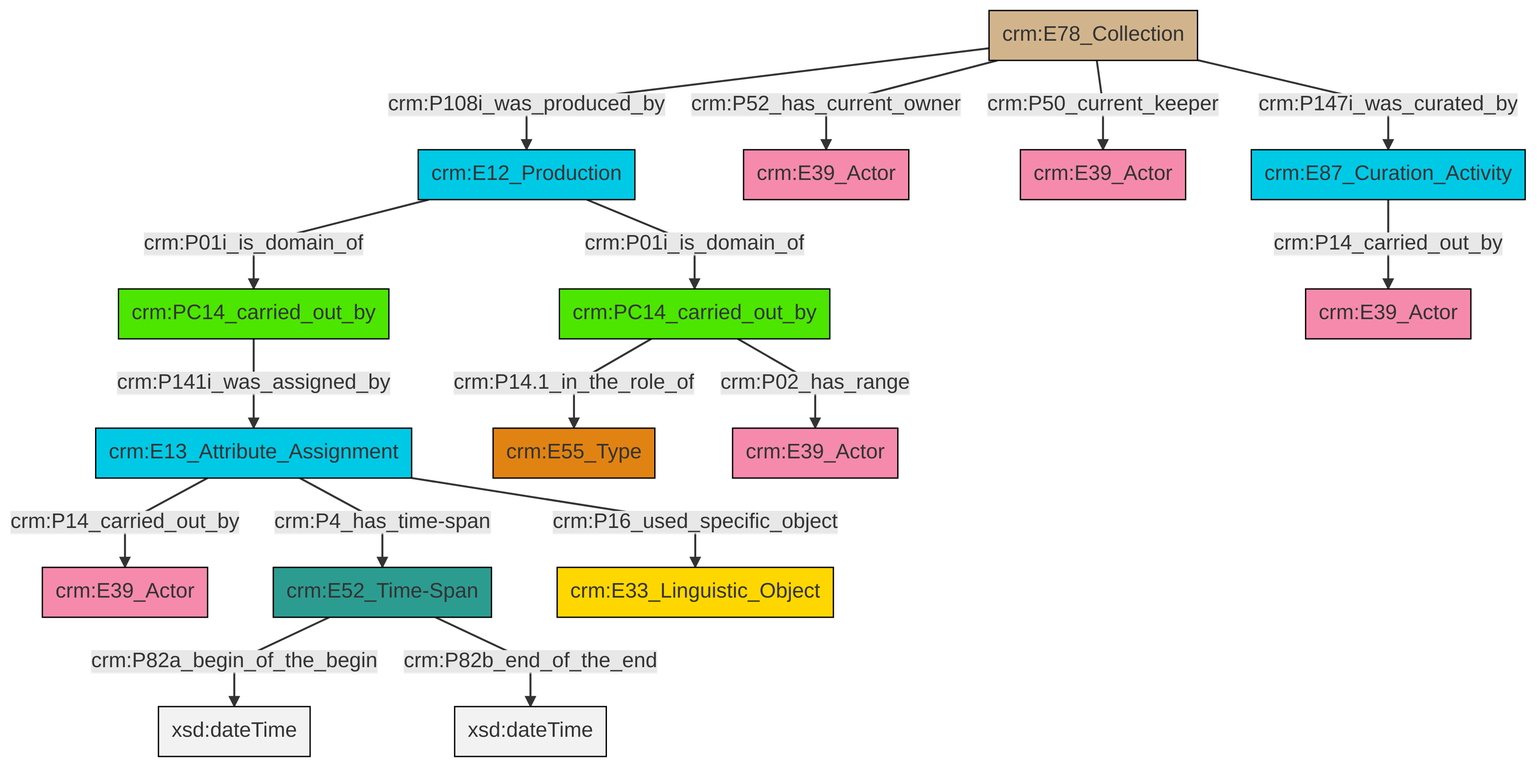
Earlier version of the Mermaid export et/archivalCSV/ttl/mmd/png/archival_relation.png (swiss-art-research-net/docs.swissartresearch). Its source is kept beside it as et/archivalCSV/ttl/mmd/archival_relation.ttl.mmd.
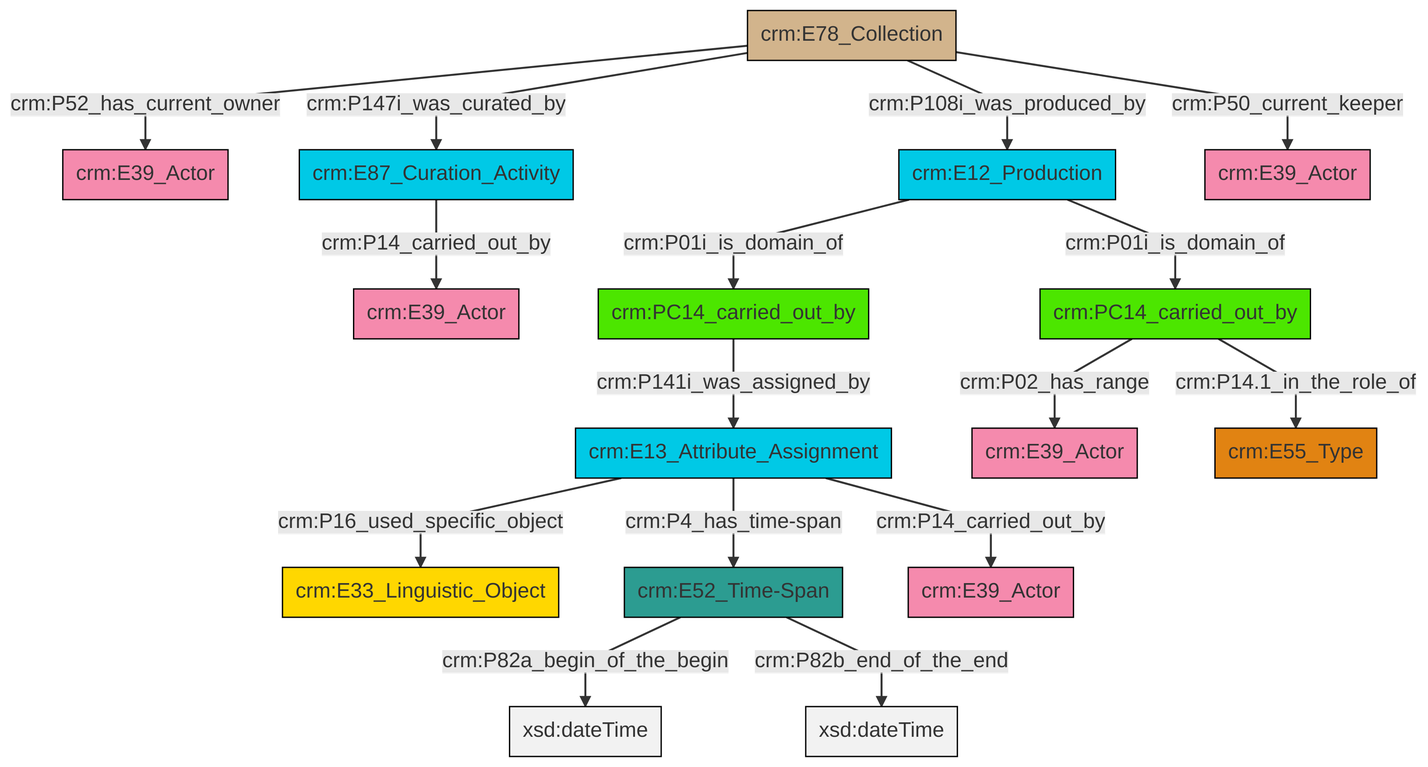
Later version of the same file.

Diff of the diagram source:
```diff
@@ -13,18 +13,18 @@
 classDef PC_Classes fill:#4ce600, stroke:#000000;
 classDef Multi fill:#cccccc,stroke:#000000;
 
-0["crm:E12_Production"]:::Temporal_Entity -->|crm:P01i_is_domain_of| 1["crm:PC14_carried_out_by"]:::PC_Classes
-4["crm:PC14_carried_out_by"]:::PC_Classes -->|crm:P141i_was_assigned_by| 2["crm:E13_Attribute_Assignment"]:::Temporal_Entity
-12["crm:E78_Collection"]:::Physical_Thing -->|crm:P50_current_keeper| 7["crm:E39_Actor"]:::Actor
-12["crm:E78_Collection"]:::Physical_Thing -->|crm:P52_has_current_owner| 5["crm:E39_Actor"]:::Actor
-19["crm:E52_Time-Span"]:::Time-Span -->|crm:P82a_begin_of_the_begin| 20[xsd:dateTime]:::Literal
-1["crm:PC14_carried_out_by"]:::PC_Classes -->|crm:P02_has_range| 23["crm:E39_Actor"]:::Actor
-12["crm:E78_Collection"]:::Physical_Thing -->|crm:P108i_was_produced_by| 0["crm:E12_Production"]:::Temporal_Entity
-2["crm:E13_Attribute_Assignment"]:::Temporal_Entity -->|crm:P14_carried_out_by| 9["crm:E39_Actor"]:::Actor
-2["crm:E13_Attribute_Assignment"]:::Temporal_Entity -->|crm:P4_has_time-span| 19["crm:E52_Time-Span"]:::Time-Span
-0["crm:E12_Production"]:::Temporal_Entity -->|crm:P01i_is_domain_of| 4["crm:PC14_carried_out_by"]:::PC_Classes
-1["crm:PC14_carried_out_by"]:::PC_Classes -->|crm:P14.1_in_the_role_of| 21["crm:E55_Type"]:::Type
-17["crm:E87_Curation_Activity"]:::Temporal_Entity -->|crm:P14_carried_out_by| 15["crm:E39_Actor"]:::Actor
-12["crm:E78_Collection"]:::Physical_Thing -->|crm:P147i_was_curated_by| 17["crm:E87_Curation_Activity"]:::Temporal_Entity
-19["crm:E52_Time-Span"]:::Time-Span -->|crm:P82b_end_of_the_end| 29[xsd:dateTime]:::Literal
-2["crm:E13_Attribute_Assignment"]:::Temporal_Entity -->|crm:P16_used_specific_object| 24["crm:E33_Linguistic_Object"]:::Conceptual_Object
+0["crm:E13_Attribute_Assignment"]:::Temporal_Entity -->|crm:P16_used_specific_object| 1["crm:E33_Linguistic_Object"]:::Conceptual_Object
+6["crm:E78_Collection"]:::Physical_Thing -->|crm:P147i_was_curated_by| 7["crm:E87_Curation_Activity"]:::Temporal_Entity
+8["crm:E52_Time-Span"]:::Time-Span -->|crm:P82a_begin_of_the_begin| 9[xsd:dateTime]:::Literal
+10["crm:PC14_carried_out_by"]:::PC_Classes -->|crm:P02_has_range| 11["crm:E39_Actor"]:::Actor
+12["crm:E12_Production"]:::Temporal_Entity -->|crm:P01i_is_domain_of| 10["crm:PC14_carried_out_by"]:::PC_Classes
+6["crm:E78_Collection"]:::Physical_Thing -->|crm:P52_has_current_owner| 2["crm:E39_Actor"]:::Actor
+8["crm:E52_Time-Span"]:::Time-Span -->|crm:P82b_end_of_the_end| 15[xsd:dateTime]:::Literal
+10["crm:PC14_carried_out_by"]:::PC_Classes -->|crm:P14.1_in_the_role_of| 17["crm:E55_Type"]:::Type
+7["crm:E87_Curation_Activity"]:::Temporal_Entity -->|crm:P14_carried_out_by| 4["crm:E39_Actor"]:::Actor
+6["crm:E78_Collection"]:::Physical_Thing -->|crm:P50_current_keeper| 19["crm:E39_Actor"]:::Actor
+6["crm:E78_Collection"]:::Physical_Thing -->|crm:P108i_was_produced_by| 12["crm:E12_Production"]:::Temporal_Entity
+0["crm:E13_Attribute_Assignment"]:::Temporal_Entity -->|crm:P4_has_time-span| 8["crm:E52_Time-Span"]:::Time-Span
+12["crm:E12_Production"]:::Temporal_Entity -->|crm:P01i_is_domain_of| 20["crm:PC14_carried_out_by"]:::PC_Classes
+0["crm:E13_Attribute_Assignment"]:::Temporal_Entity -->|crm:P14_carried_out_by| 23["crm:E39_Actor"]:::Actor
+20["crm:PC14_carried_out_by"]:::PC_Classes -->|crm:P141i_was_assigned_by| 0["crm:E13_Attribute_Assignment"]:::Temporal_Entity
```
